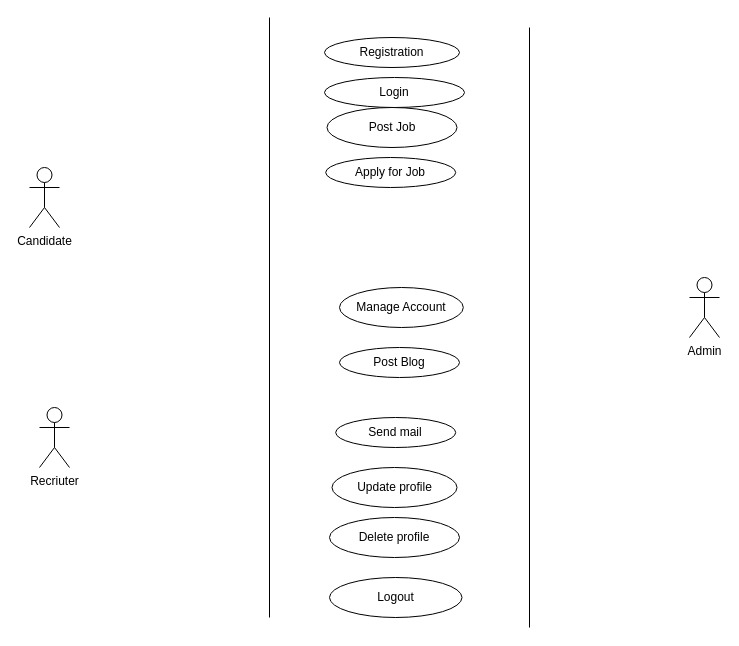
Earlier version of the draw.io diagram Untitled Diagram.drawio (MUMTAHINA-766/JobPortal_Diagrams). Source tidied: cells renumbered, new cells numbered last; positions are measured from the earlier drawing's top-left corner, leaving out a move shared by most shapes. Both pictures are drawn from the tidied source at 100%, with x=0, y=0 at pixel (29, 17).
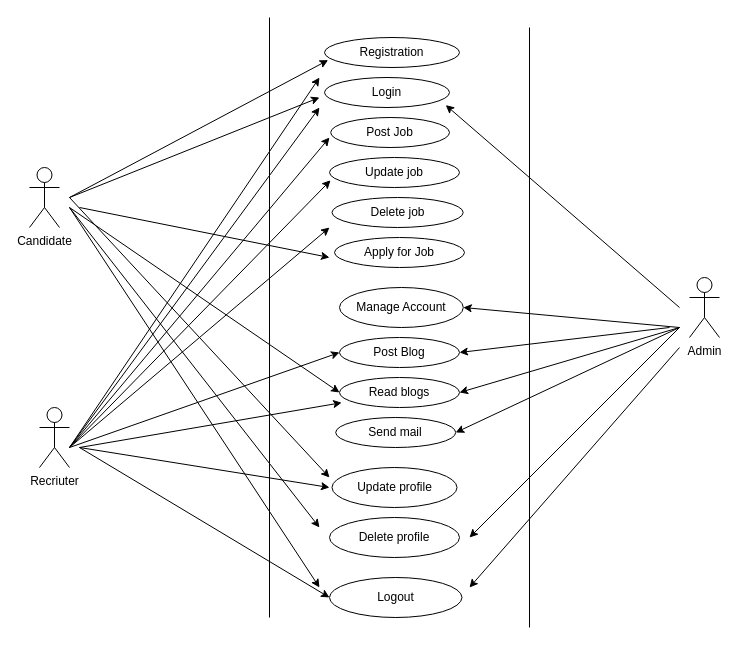
The same page after the edit.

Commit message:
Job Portal Diagram.drawio

Unchanged cells that the change refers to:
```xml
<mxCell id="7" value="Registration" style="ellipse;whiteSpace=wrap;html=1;" parent="1" vertex="1">
  <mxGeometry x="295" y="20" width="135" height="30" as="geometry" />
</mxCell>
<mxCell id="11" value="Manage Account" style="ellipse;whiteSpace=wrap;html=1;" parent="1" vertex="1">
  <mxGeometry x="310" y="270" width="123.8" height="40" as="geometry" />
</mxCell>
<mxCell id="13" value="Send mail" style="ellipse;whiteSpace=wrap;html=1;" parent="1" vertex="1">
  <mxGeometry x="306.2" y="400" width="120" height="30" as="geometry" />
</mxCell>
<mxCell id="15" value="Logout" style="ellipse;whiteSpace=wrap;html=1;" parent="1" vertex="1">
  <mxGeometry x="300" y="560" width="132.5" height="40" as="geometry" />
</mxCell>
```

The edit, as a diff of the source:
```diff
@@
     <mxCell id="8" value="Login" style="ellipse;whiteSpace=wrap;html=1;" parent="1" vertex="1">
-      <mxGeometry x="295" y="60" width="140" height="30" as="geometry" />
+      <mxGeometry x="295" y="60" width="125" height="30" as="geometry" />
     </mxCell>
     <mxCell id="9" value="Apply for Job" style="ellipse;whiteSpace=wrap;html=1;" parent="1" vertex="1">
-      <mxGeometry x="296.2" y="140" width="130" height="30" as="geometry" />
+      <mxGeometry x="305" y="220" width="130" height="30" as="geometry" />
     </mxCell>
     <mxCell id="10" value="Post Job" style="ellipse;whiteSpace=wrap;html=1;" parent="1" vertex="1">
-      <mxGeometry x="297.5" y="90" width="130" height="40" as="geometry" />
+      <mxGeometry x="301.2" y="100" width="118.8" height="30" as="geometry" />
     </mxCell>
@@
     <mxCell id="12" value="Post Blog" style="ellipse;whiteSpace=wrap;html=1;" parent="1" vertex="1">
-      <mxGeometry x="310" y="330" width="120" height="30" as="geometry" />
+      <mxGeometry x="310" y="320" width="120" height="30" as="geometry" />
     </mxCell>
@@
+    <mxCell id="18" value="Update job" style="ellipse;whiteSpace=wrap;html=1;" parent="1" vertex="1">
+      <mxGeometry x="300" y="140" width="130" height="30" as="geometry" />
+    </mxCell>
+    <mxCell id="19" value="Delete job" style="ellipse;whiteSpace=wrap;html=1;" parent="1" vertex="1">
+      <mxGeometry x="302.5" y="180" width="131.2" height="30" as="geometry" />
+    </mxCell>
+    <mxCell id="20" value="Read blogs" style="ellipse;whiteSpace=wrap;html=1;" parent="1" vertex="1">
+      <mxGeometry x="310" y="360" width="120" height="30" as="geometry" />
+    </mxCell>
+    <mxCell id="21" style="endArrow=classic;html=1;rounded=0;" parent="1" edge="1">
+      <mxGeometry relative="1" as="geometry">
+        <mxPoint x="40" y="190" as="sourcePoint" />
+        <mxPoint x="290" y="510" as="targetPoint" />
+      </mxGeometry>
+    </mxCell>
+    <mxCell id="22" style="endArrow=classic;html=1;rounded=0;entryX=0.027;entryY=0.755;entryDx=0;entryDy=0;entryPerimeter=0;" parent="1" edge="1" target="7">
+      <mxGeometry relative="1" as="geometry">
+        <mxPoint x="40" y="180" as="sourcePoint" />
+      </mxGeometry>
+    </mxCell>
+    <mxCell id="23" style="endArrow=classic;html=1;rounded=0;" parent="1" edge="1">
+      <mxGeometry relative="1" as="geometry">
+        <mxPoint x="40" y="180" as="sourcePoint" />
+        <mxPoint x="290" y="80" as="targetPoint" />
+      </mxGeometry>
+    </mxCell>
+    <mxCell id="24" style="endArrow=classic;html=1;rounded=0;entryX=0;entryY=0.5;entryDx=0;entryDy=0;" parent="1" edge="1" target="20">
+      <mxGeometry relative="1" as="geometry">
+        <mxPoint x="40" y="190" as="sourcePoint" />
+      </mxGeometry>
+    </mxCell>
+    <mxCell id="25" style="endArrow=classic;html=1;rounded=0;" parent="1" edge="1">
+      <mxGeometry relative="1" as="geometry">
+        <mxPoint x="40" y="190" as="sourcePoint" />
+        <mxPoint x="290" y="570" as="targetPoint" />
+      </mxGeometry>
+    </mxCell>
+    <mxCell id="26" style="endArrow=classic;html=1;rounded=0;" parent="1" edge="1">
+      <mxGeometry relative="1" as="geometry">
+        <mxPoint x="40" y="430" as="sourcePoint" />
+        <mxPoint x="290" y="60" as="targetPoint" />
+      </mxGeometry>
+    </mxCell>
+    <mxCell id="27" style="endArrow=classic;html=1;rounded=0;" parent="1" edge="1">
+      <mxGeometry relative="1" as="geometry">
+        <mxPoint x="40" y="430" as="sourcePoint" />
+        <mxPoint x="290" y="90" as="targetPoint" />
+      </mxGeometry>
+    </mxCell>
+    <mxCell id="28" style="endArrow=classic;html=1;rounded=0;" parent="1" edge="1">
+      <mxGeometry relative="1" as="geometry">
+        <mxPoint x="40" y="430" as="sourcePoint" />
+        <mxPoint x="300" y="120" as="targetPoint" />
+      </mxGeometry>
+    </mxCell>
+    <mxCell id="29" style="endArrow=classic;html=1;rounded=0;entryX=0.008;entryY=0.76;entryDx=0;entryDy=0;entryPerimeter=0;" parent="1" edge="1" target="18">
+      <mxGeometry relative="1" as="geometry">
+        <mxPoint x="40" y="430" as="sourcePoint" />
+      </mxGeometry>
+    </mxCell>
+    <mxCell id="30" style="endArrow=classic;html=1;rounded=0;" parent="1" edge="1">
+      <mxGeometry relative="1" as="geometry">
+        <mxPoint x="40" y="430" as="sourcePoint" />
+        <mxPoint x="300" y="210" as="targetPoint" />
+      </mxGeometry>
+    </mxCell>
+    <mxCell id="31" style="endArrow=classic;html=1;rounded=0;" parent="1" edge="1">
+      <mxGeometry relative="1" as="geometry">
+        <mxPoint x="50" y="190" as="sourcePoint" />
+        <mxPoint x="300" y="240" as="targetPoint" />
+      </mxGeometry>
+    </mxCell>
+    <mxCell id="32" style="endArrow=classic;html=1;rounded=0;" parent="1" edge="1">
+      <mxGeometry relative="1" as="geometry">
+        <mxPoint x="50" y="430" as="sourcePoint" />
+        <mxPoint x="300" y="470" as="targetPoint" />
+      </mxGeometry>
+    </mxCell>
+    <mxCell id="33" style="endArrow=classic;html=1;rounded=0;" parent="1" edge="1">
+      <mxGeometry relative="1" as="geometry">
+        <mxPoint x="40" y="180" as="sourcePoint" />
+        <mxPoint x="300" y="460" as="targetPoint" />
+      </mxGeometry>
+    </mxCell>
+    <mxCell id="34" style="endArrow=classic;html=1;rounded=0;entryX=0;entryY=0.5;entryDx=0;entryDy=0;" parent="1" edge="1" target="15">
+      <mxGeometry relative="1" as="geometry">
+        <mxPoint x="50" y="430" as="sourcePoint" />
+      </mxGeometry>
+    </mxCell>
+    <mxCell id="35" style="endArrow=classic;html=1;rounded=0;entryX=0;entryY=0.5;entryDx=0;entryDy=0;" parent="1" edge="1" target="12">
+      <mxGeometry relative="1" as="geometry">
+        <mxPoint x="40" y="430" as="sourcePoint" />
+      </mxGeometry>
+    </mxCell>
+    <mxCell id="36" style="endArrow=classic;html=1;rounded=0;entryX=0.018;entryY=0.84;entryDx=0;entryDy=0;entryPerimeter=0;" parent="1" edge="1" target="20">
+      <mxGeometry relative="1" as="geometry">
+        <mxPoint x="50" y="430" as="sourcePoint" />
+      </mxGeometry>
+    </mxCell>
+    <mxCell id="37" style="endArrow=classic;html=1;rounded=0;entryX=0.97;entryY=0.92;entryDx=0;entryDy=0;entryPerimeter=0;" parent="1" edge="1" target="8">
+      <mxGeometry relative="1" as="geometry">
+        <mxPoint x="650" y="290" as="sourcePoint" />
+      </mxGeometry>
+    </mxCell>
+    <mxCell id="38" style="endArrow=classic;html=1;rounded=0;" parent="1" edge="1">
+      <mxGeometry relative="1" as="geometry">
+        <mxPoint x="650" y="330" as="sourcePoint" />
+        <mxPoint x="440" y="570" as="targetPoint" />
+      </mxGeometry>
+    </mxCell>
+    <mxCell id="39" style="endArrow=classic;html=1;rounded=0;entryX=1;entryY=0.5;entryDx=0;entryDy=0;" parent="1" edge="1" target="11">
+      <mxGeometry relative="1" as="geometry">
+        <mxPoint x="650" y="310" as="sourcePoint" />
+      </mxGeometry>
+    </mxCell>
+    <mxCell id="40" style="endArrow=classic;html=1;rounded=0;entryX=1;entryY=0.5;entryDx=0;entryDy=0;" parent="1" edge="1" target="20">
+      <mxGeometry relative="1" as="geometry">
+        <mxPoint x="650" y="310" as="sourcePoint" />
+      </mxGeometry>
+    </mxCell>
+    <mxCell id="41" style="endArrow=classic;html=1;rounded=0;entryX=1;entryY=0.5;entryDx=0;entryDy=0;" parent="1" edge="1" target="12">
+      <mxGeometry relative="1" as="geometry">
+        <mxPoint x="640" y="310" as="sourcePoint" />
+      </mxGeometry>
+    </mxCell>
+    <mxCell id="42" style="endArrow=classic;html=1;rounded=0;entryX=1;entryY=0.5;entryDx=0;entryDy=0;" parent="1" edge="1" target="13">
+      <mxGeometry relative="1" as="geometry">
+        <mxPoint x="650" y="310" as="sourcePoint" />
+      </mxGeometry>
+    </mxCell>
+    <mxCell id="43" style="endArrow=classic;html=1;rounded=0;" parent="1" edge="1">
+      <mxGeometry relative="1" as="geometry">
+        <mxPoint x="650" y="310" as="sourcePoint" />
+        <mxPoint x="440" y="520" as="targetPoint" />
+      </mxGeometry>
+    </mxCell>
```
